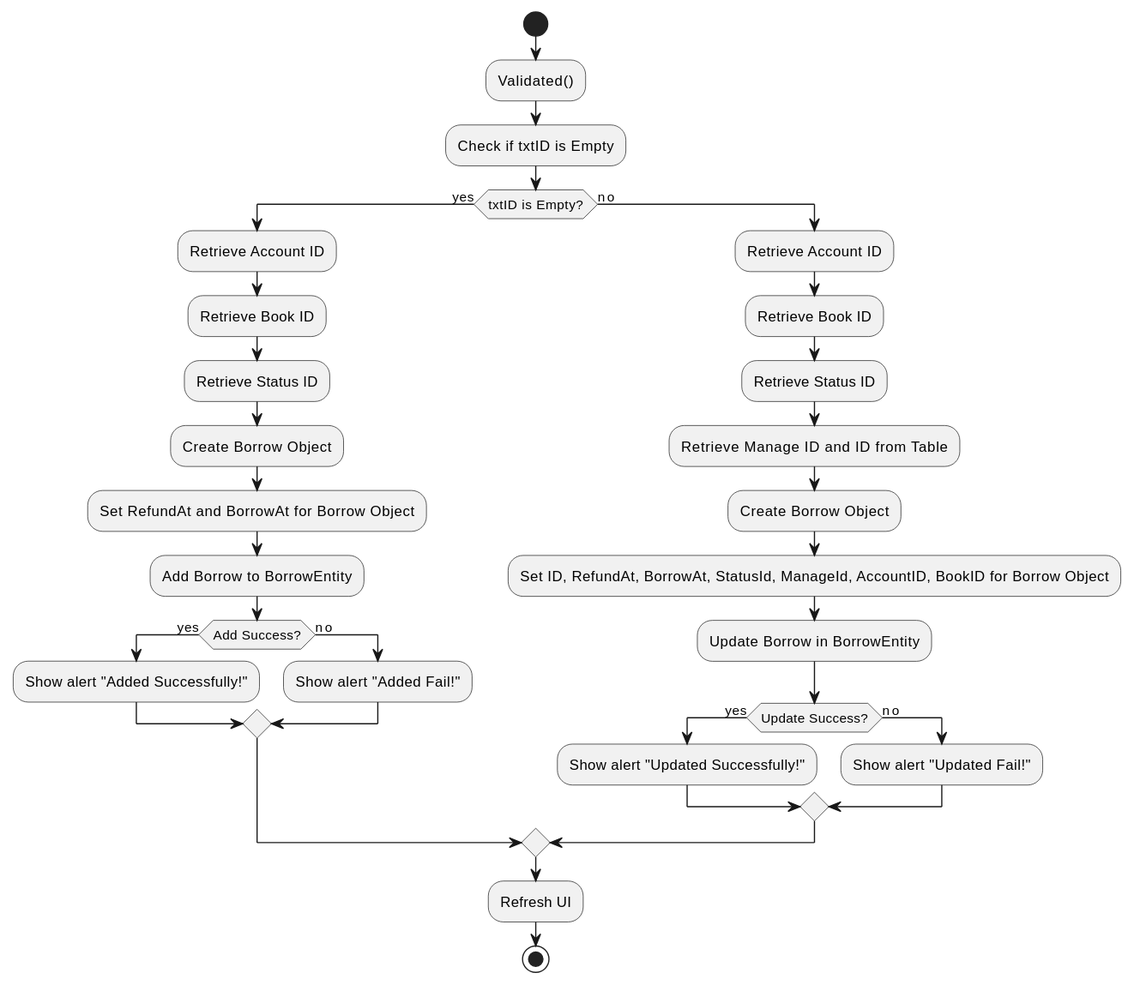
Before: docs/design/borrowing/saveborrowing.svg, a diagram exported from PlantUML (viettq1997/library-management-system).
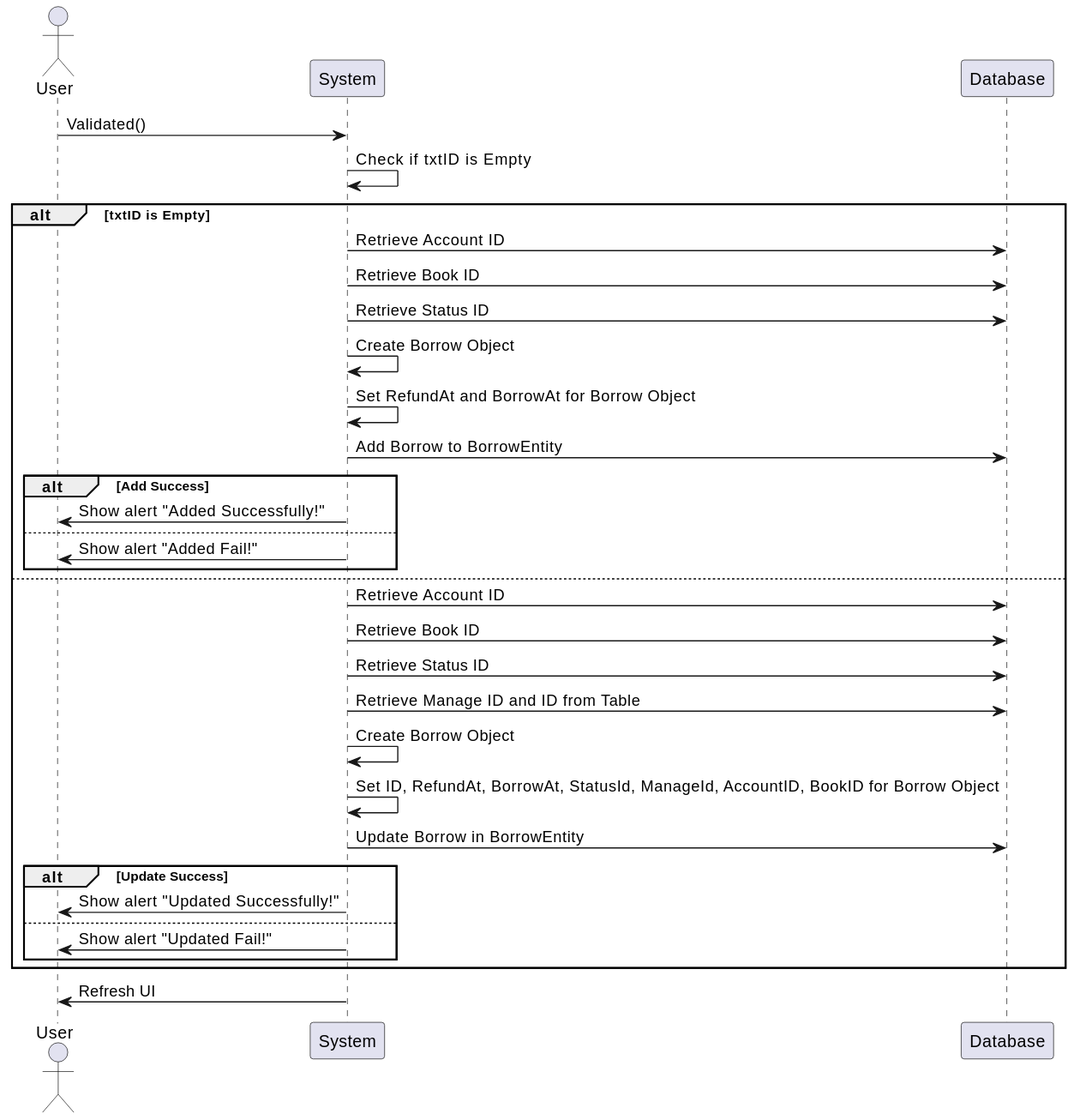
After the change.

The edit, as a diff of the source:
```diff
@@ -1,36 +1,37 @@
 @startuml
-start
+actor User
+participant "System" as System
+participant "Database" as DB
 
-:Validated();
-:Check if txtID is Empty;
+User -> System: Validated()
+System -> System: Check if txtID is Empty
 
-if (txtID is Empty?) then (yes)
-  :Retrieve Account ID;
-  :Retrieve Book ID;
-  :Retrieve Status ID;
-  :Create Borrow Object;
-  :Set RefundAt and BorrowAt for Borrow Object;
-  :Add Borrow to BorrowEntity;
-  if (Add Success?) then (yes)
-    :Show alert "Added Successfully!";
-  else (no)
-    :Show alert "Added Fail!";
-  endif
-else (no)
-  :Retrieve Account ID;
-  :Retrieve Book ID;
-  :Retrieve Status ID;
-  :Retrieve Manage ID and ID from Table;
-  :Create Borrow Object;
-  :Set ID, RefundAt, BorrowAt, StatusId, ManageId, AccountID, BookID for Borrow Object;
-  :Update Borrow in BorrowEntity;
-  if (Update Success?) then (yes)
-    :Show alert "Updated Successfully!";
-  else (no)
-    :Show alert "Updated Fail!";
-  endif
-endif
+alt txtID is Empty
+  System -> DB: Retrieve Account ID
+  System -> DB: Retrieve Book ID
+  System -> DB: Retrieve Status ID
+  System -> System: Create Borrow Object
+  System -> System: Set RefundAt and BorrowAt for Borrow Object
+  System -> DB: Add Borrow to BorrowEntity
+  alt Add Success
+    System -> User: Show alert "Added Successfully!"
+  else
+    System -> User: Show alert "Added Fail!"
+  end
+else
+  System -> DB: Retrieve Account ID
+  System -> DB: Retrieve Book ID
+  System -> DB: Retrieve Status ID
+  System -> DB: Retrieve Manage ID and ID from Table
+  System -> System: Create Borrow Object
+  System -> System: Set ID, RefundAt, BorrowAt, StatusId, ManageId, AccountID, BookID for Borrow Object
+  System -> DB: Update Borrow in BorrowEntity
+  alt Update Success
+    System -> User: Show alert "Updated Successfully!"
+  else
+    System -> User: Show alert "Updated Fail!"
+  end
+end
 
-:Refresh UI;
-stop
+System -> User: Refresh UI
 @enduml
```
